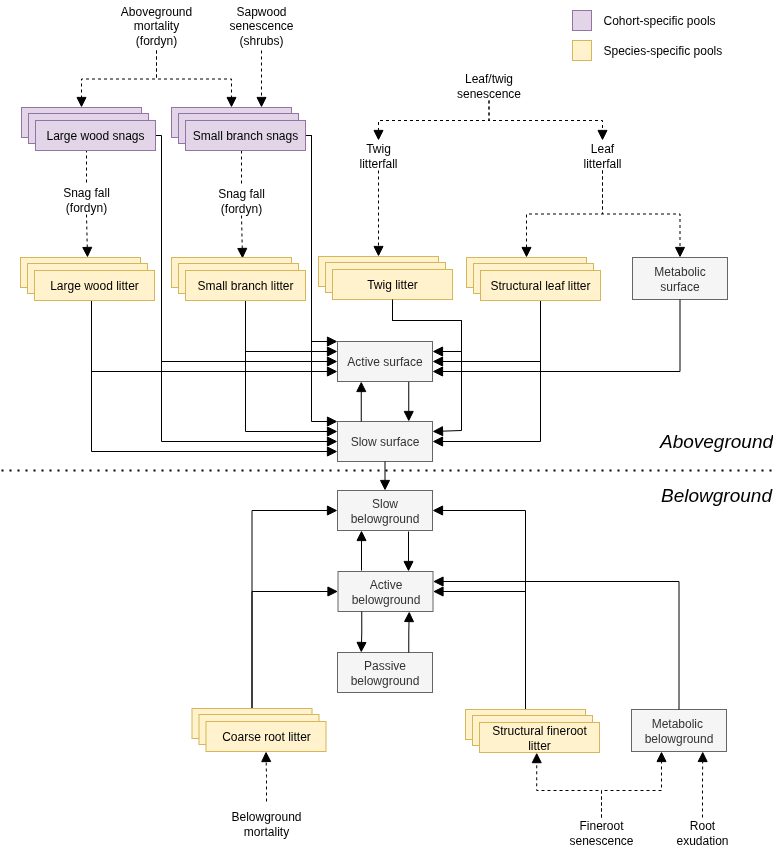
Earlier version of the draw.io export docs/figures/Decomposition.drawio.png (emf-creaf/medfatebook). Source tidied: cells renumbered, new cells last; positions are measured from the earlier drawing's top-left corner, leaving out a move shared by most shapes.
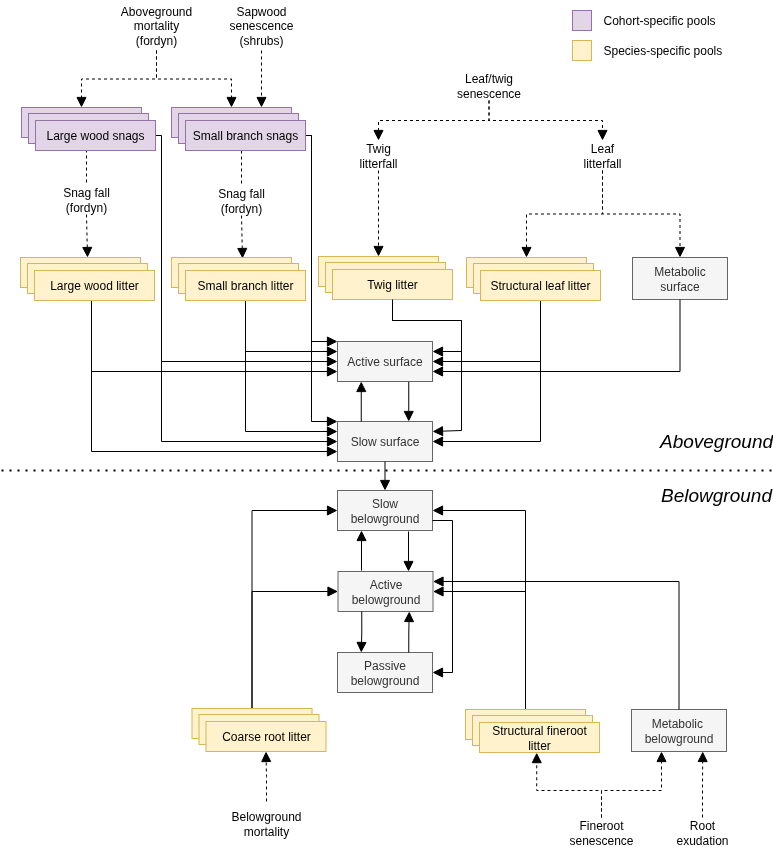
After the commit.

What changed in the source:
```diff
@@ -353,5 +353,8 @@
     <mxCell id="90" style="rounded=0;html=1;jettySize=auto;fontSize=11;endArrow=block;endFill=1;endSize=8;strokeWidth=1;shadow=0;labelBackgroundColor=none;exitX=0.5;exitY=1;exitDx=0;exitDy=0;edgeStyle=orthogonalEdgeStyle;dashed=1;entryX=0.5;entryY=0;entryDx=0;entryDy=0;" parent="1" edge="1" source="88" target="14">
       <mxGeometry x="0.32" y="2" relative="1" as="geometry" />
     </mxCell>
+    <mxCell id="91" style="edgeStyle=orthogonalEdgeStyle;rounded=0;jettySize=auto;html=1;endArrow=block;endFill=1;exitX=1;exitY=0.75;exitDx=0;exitDy=0;entryX=1;entryY=0.5;entryDx=0;entryDy=0;endSize=8;" parent="1" edge="1" source="33" target="38">
+      <mxGeometry relative="1" as="geometry" />
+    </mxCell>
   </root>
 </mxGraphModel>
```
